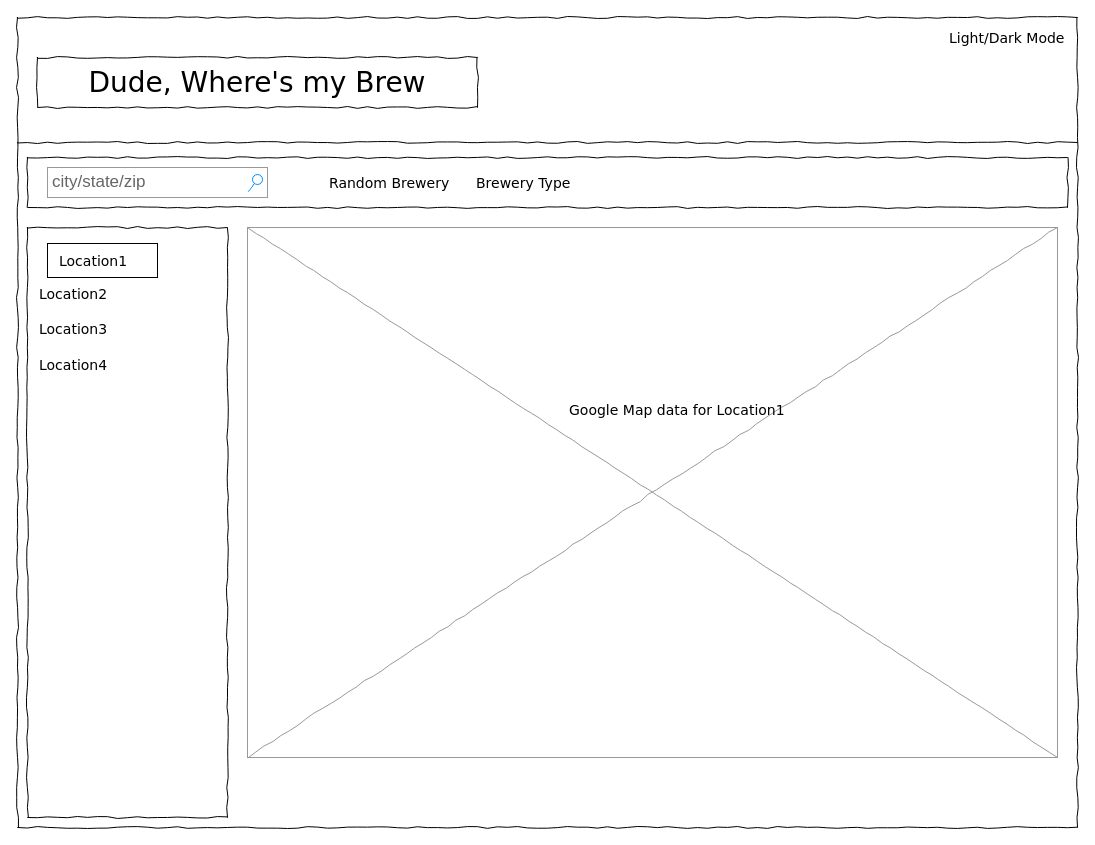
Earlier version of the draw.io diagram assets/img/wireframe-v1.drawio (FractalIceCream/DudeWheresMyBrew). Source tidied: cells renumbered, new cells numbered last; positions are measured from the earlier drawing's top-left corner, leaving out a move shared by most shapes. Both pictures are drawn from the tidied source at 100%, with x=0, y=0 at pixel (17, 17).
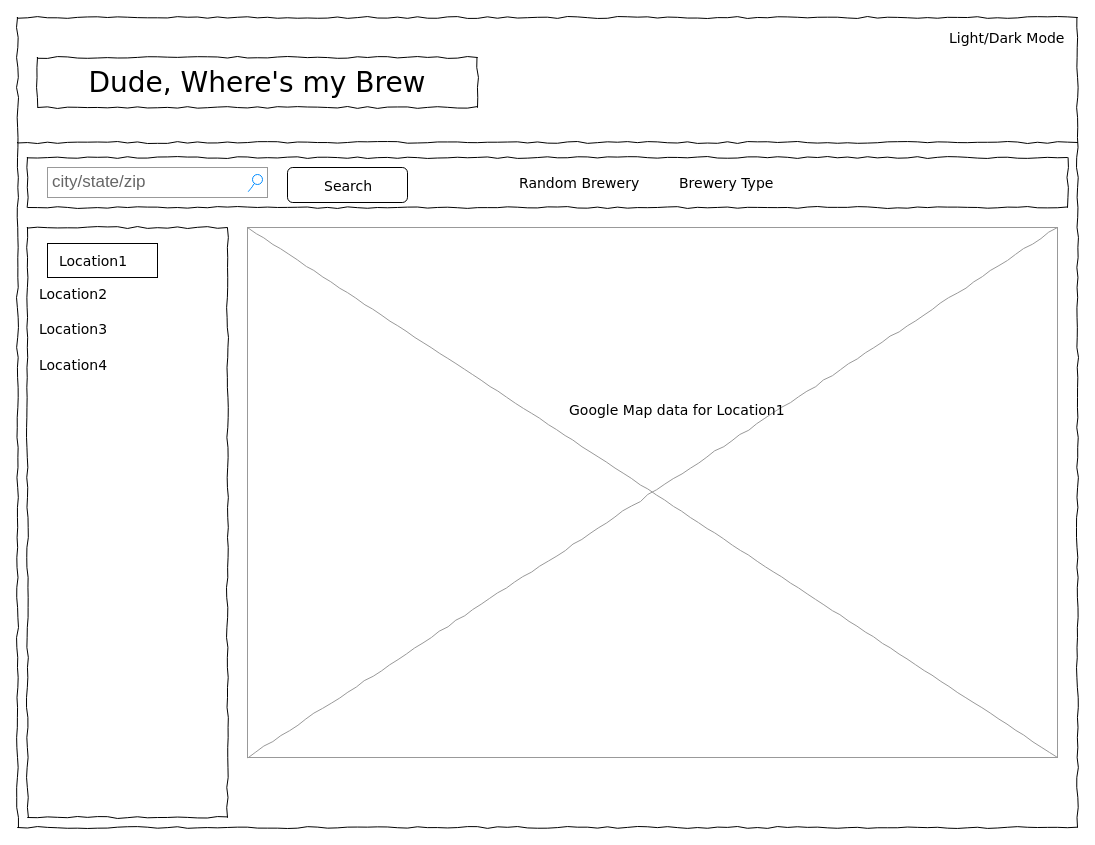
The same diagram, later.

What changed in the source:
```diff
@@
 <mxGraphModel>
   <root>
     <mxCell id="0" />
     <mxCell id="1" parent="0" />
     <mxCell id="2" style="rounded=0;whiteSpace=wrap;html=1;" parent="1" vertex="1">
       <mxGeometry x="30" y="226" width="110" height="34" as="geometry" />
     </mxCell>
     <mxCell id="3" style="whiteSpace=wrap;html=1;rounded=0;shadow=0;labelBackgroundColor=none;strokeColor=#000000;strokeWidth=1;fillColor=none;fontFamily=Verdana;fontSize=12;fontColor=#000000;align=center;comic=1;" parent="1" vertex="1">
       <mxGeometry width="1060" height="810" as="geometry" />
     </mxCell>
     <mxCell id="4" value="Dude, Where's my Brew" style="whiteSpace=wrap;html=1;rounded=0;shadow=0;labelBackgroundColor=none;strokeWidth=1;fontFamily=Verdana;fontSize=28;align=center;comic=1;" parent="1" vertex="1">
       <mxGeometry x="20" y="40" width="440" height="50" as="geometry" />
     </mxCell>
     <mxCell id="5" value="city/state/zip" style="strokeWidth=1;shadow=0;dashed=0;align=center;html=1;shape=mxgraph.mockup.forms.searchBox;strokeColor=#999999;mainText=;strokeColor2=#008cff;fontColor=#666666;fontSize=17;align=left;spacingLeft=3;rounded=0;labelBackgroundColor=none;comic=1;" parent="1" vertex="1">
       <mxGeometry x="30" y="150" width="220" height="30" as="geometry" />
     </mxCell>
     <mxCell id="6" style="whiteSpace=wrap;html=1;rounded=0;shadow=0;labelBackgroundColor=none;strokeWidth=1;fillColor=none;fontFamily=Verdana;fontSize=12;align=center;comic=1;" parent="1" vertex="1">
       <mxGeometry x="10" y="210" width="200" height="590" as="geometry" />
     </mxCell>
     <mxCell id="7" style="line;strokeWidth=1;html=1;rounded=0;shadow=0;labelBackgroundColor=none;fillColor=none;fontFamily=Verdana;fontSize=14;fontColor=#000000;align=center;comic=1;" parent="1" vertex="1">
       <mxGeometry y="120" width="1060" height="10" as="geometry" />
     </mxCell>
     <mxCell id="8" style="whiteSpace=wrap;html=1;rounded=0;shadow=0;labelBackgroundColor=none;strokeWidth=1;fillColor=none;fontFamily=Verdana;fontSize=12;align=center;comic=1;" parent="1" vertex="1">
       <mxGeometry x="10" y="140" width="1040" height="50" as="geometry" />
     </mxCell>
     <mxCell id="9" value="Random Brewery" style="text;html=1;align=left;verticalAlign=top;spacingTop=-4;fontSize=14;fontFamily=Verdana;" parent="1" vertex="1">
-      <mxGeometry x="310" y="155" width="60" height="20" as="geometry" />
+      <mxGeometry x="500" y="155" width="60" height="20" as="geometry" />
     </mxCell>
     <mxCell id="10" value="Brewery Type" style="text;html=1;align=left;verticalAlign=top;spacingTop=-4;fontSize=14;fontFamily=Verdana;" parent="1" vertex="1">
-      <mxGeometry x="457" y="155" width="60" height="20" as="geometry" />
+      <mxGeometry x="660" y="155" width="60" height="20" as="geometry" />
     </mxCell>
     <mxCell id="11" style="verticalLabelPosition=bottom;shadow=0;dashed=0;align=center;html=1;verticalAlign=top;strokeWidth=1;shape=mxgraph.mockup.graphics.simpleIcon;strokeColor=#999999;rounded=0;labelBackgroundColor=none;fontFamily=Verdana;fontSize=14;fontColor=#000000;comic=1;" parent="1" vertex="1">
       <mxGeometry x="230" y="210" width="810" height="530" as="geometry" />
     </mxCell>
     <mxCell id="12" value="Location1" style="text;html=1;align=left;verticalAlign=top;spacingTop=-4;fontSize=14;fontFamily=Verdana;" parent="1" vertex="1">
       <mxGeometry x="40" y="233" width="170" height="20" as="geometry" />
     </mxCell>
     <mxCell id="13" value="Location2" style="text;html=1;align=left;verticalAlign=top;spacingTop=-4;fontSize=14;fontFamily=Verdana;" parent="1" vertex="1">
       <mxGeometry x="20" y="266" width="170" height="20" as="geometry" />
     </mxCell>
     <mxCell id="14" value="Location3" style="text;html=1;align=left;verticalAlign=top;spacingTop=-4;fontSize=14;fontFamily=Verdana;" parent="1" vertex="1">
       <mxGeometry x="20" y="301" width="170" height="20" as="geometry" />
     </mxCell>
     <mxCell id="15" value="Location4" style="text;html=1;align=left;verticalAlign=top;spacingTop=-4;fontSize=14;fontFamily=Verdana;" parent="1" vertex="1">
       <mxGeometry x="20" y="337" width="170" height="20" as="geometry" />
     </mxCell>
     <mxCell id="16" value="Google Map data for Location1" style="text;html=1;align=left;verticalAlign=top;spacingTop=-4;fontSize=14;fontFamily=Verdana;" parent="1" vertex="1">
       <mxGeometry x="550" y="382" width="130" height="23" as="geometry" />
     </mxCell>
     <mxCell id="17" value="Light/Dark Mode" style="text;html=1;align=left;verticalAlign=top;spacingTop=-4;fontSize=14;fontFamily=Verdana;" parent="1" vertex="1">
       <mxGeometry x="930" y="10" width="60" height="20" as="geometry" />
     </mxCell>
+    <mxCell id="18" style="rounded=1;whiteSpace=wrap;html=1;" parent="1" vertex="1">
+      <mxGeometry x="270" y="150" width="120" height="35" as="geometry" />
+    </mxCell>
+    <mxCell id="19" value="Search" style="text;html=1;align=left;verticalAlign=top;spacingTop=-4;fontSize=14;fontFamily=Verdana;" parent="1" vertex="1">
+      <mxGeometry x="305" y="157.5" width="50" height="20" as="geometry" />
+    </mxCell>
   </root>
 </mxGraphModel>
```
